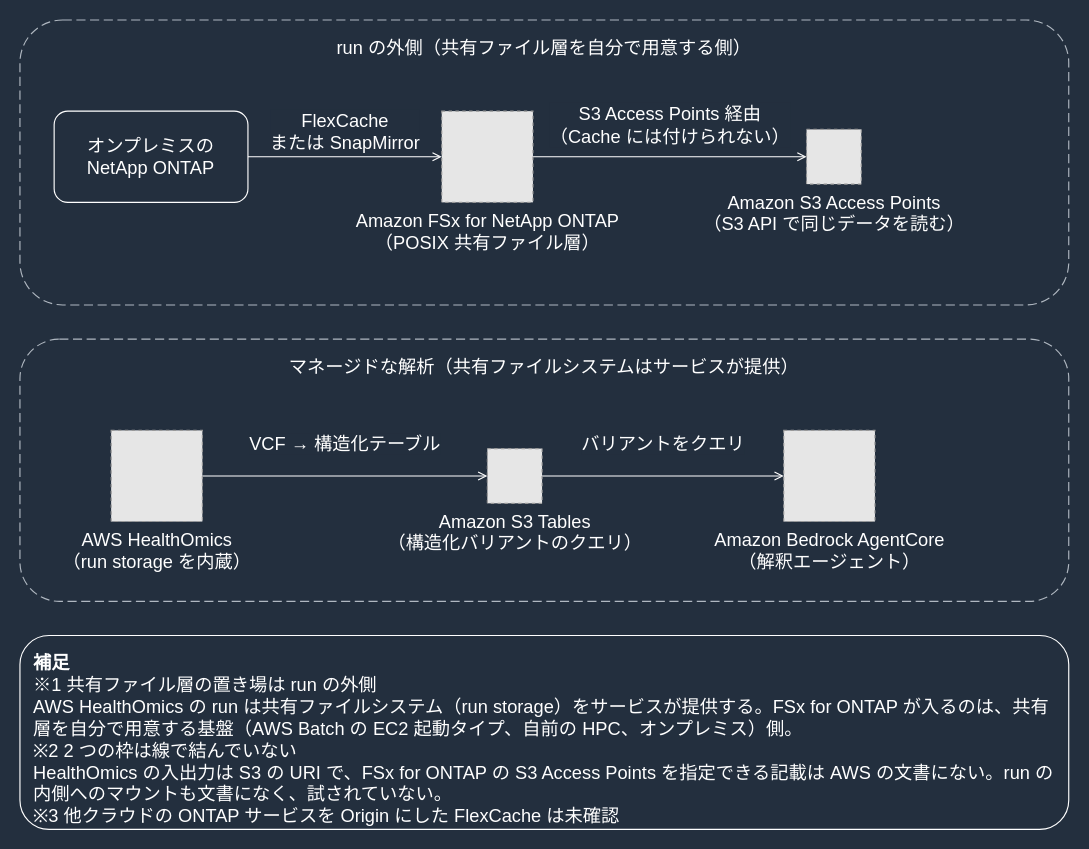
This is docs/_assets/diagrams/genomics-hpc-data-layers-dark.drawio from Yoshiki0705/FSx-for-ONTAP-Adoption-Playbook, a draw.io file, before an edit. Source tidied: cells renumbered, new cells numbered last; positions are measured from the earlier drawing's top-left corner, leaving out a move shared by most shapes. Both pictures are drawn from the tidied source at 114%, with x=0, y=0 at pixel (19, 19). Pictures stored in the file or linked from it are replaced by grey dashed boxes.
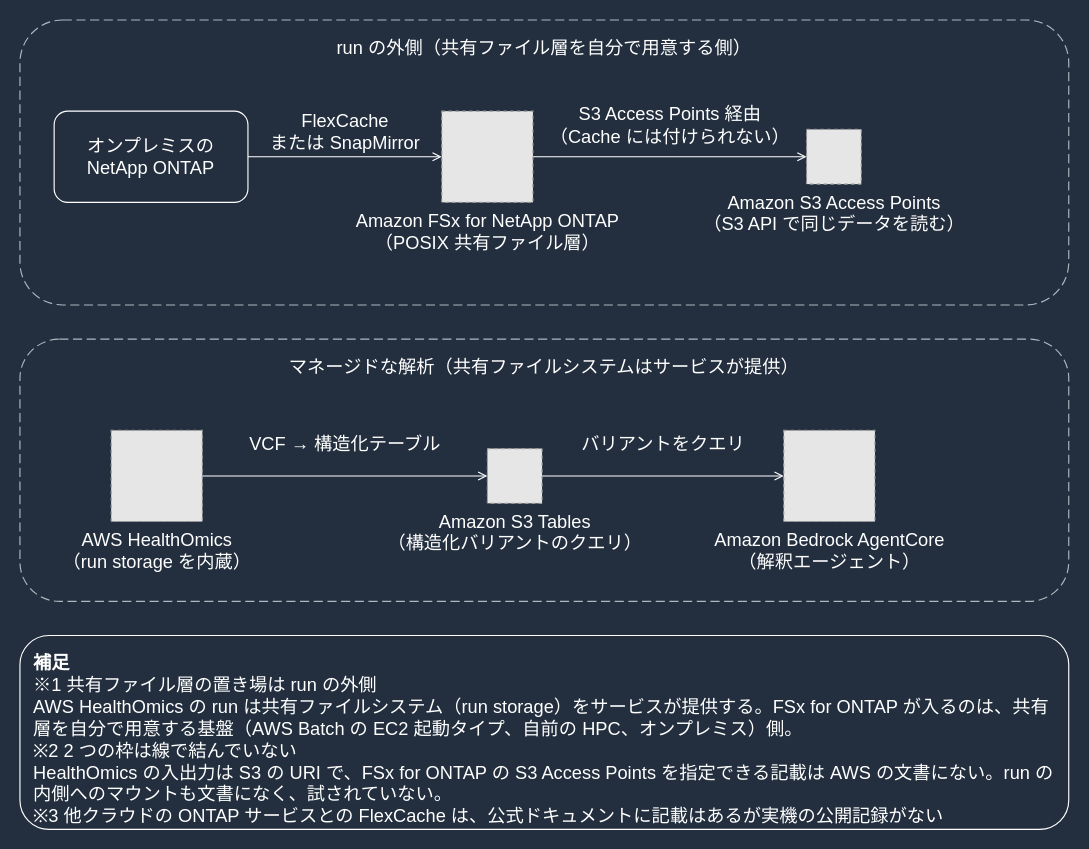
Above is the later version.

Change to the diagram source:
```diff
@@
 <mxGraphModel background="#232F3E">
   <root>
     <mxCell id="0" />
     <mxCell id="1" parent="0" />
     <mxCell id="2" value="FlexCache&lt;br&gt;または SnapMirror" style="edgeStyle=orthogonalEdgeStyle;rounded=0;html=1;endArrow=open;endFill=0;strokeColor=#FFFFFF;strokeWidth=1;fontSize=16;fontColor=#FFFFFF;labelBackgroundColor=#232F3E;exitX=1.0;exitY=0.5;exitDx=0;exitDy=0;entryX=0.0;entryY=0.5;entryDx=0;entryDy=0;" parent="1" edge="1" source="8" target="10">
       <mxGeometry relative="1" as="geometry">
         <mxPoint y="-22" as="offset" />
       </mxGeometry>
     </mxCell>
     <mxCell id="3" value="S3 Access Points 経由&lt;br&gt;（Cache には付けられない）" style="edgeStyle=orthogonalEdgeStyle;rounded=0;html=1;endArrow=open;endFill=0;strokeColor=#FFFFFF;strokeWidth=1;fontSize=16;fontColor=#FFFFFF;labelBackgroundColor=#232F3E;exitX=1.0;exitY=0.5;exitDx=0;exitDy=0;entryX=0.0;entryY=0.5;entryDx=0;entryDy=0;" parent="1" edge="1" source="10" target="11">
       <mxGeometry relative="1" as="geometry">
         <mxPoint y="-28" as="offset" />
       </mxGeometry>
     </mxCell>
     <mxCell id="4" value="VCF → 構造化テーブル" style="edgeStyle=orthogonalEdgeStyle;rounded=0;html=1;endArrow=open;endFill=0;strokeColor=#FFFFFF;strokeWidth=1;fontSize=16;fontColor=#FFFFFF;labelBackgroundColor=#232F3E;exitX=1.0;exitY=0.5;exitDx=0;exitDy=0;entryX=0.0;entryY=0.5;entryDx=0;entryDy=0;" parent="1" edge="1" source="12" target="13">
       <mxGeometry relative="1" as="geometry">
         <mxPoint y="-28" as="offset" />
       </mxGeometry>
     </mxCell>
     <mxCell id="5" value="バリアントをクエリ" style="edgeStyle=orthogonalEdgeStyle;rounded=0;html=1;endArrow=open;endFill=0;strokeColor=#FFFFFF;strokeWidth=1;fontSize=16;fontColor=#FFFFFF;labelBackgroundColor=#232F3E;exitX=1.0;exitY=0.5;exitDx=0;exitDy=0;entryX=0.0;entryY=0.5;entryDx=0;entryDy=0;" parent="1" edge="1" source="13" target="14">
       <mxGeometry relative="1" as="geometry">
         <mxPoint y="-28" as="offset" />
       </mxGeometry>
     </mxCell>
     <mxCell id="6" value="run の外側（共有ファイル層を自分で用意する側）" style="rounded=1;whiteSpace=wrap;html=1;dashed=1;dashPattern=8 4;strokeColor=#B0B8C1;fillColor=none;fontColor=#FFFFFF;fontSize=16;verticalAlign=top;align=center;spacingTop=8;" parent="1" vertex="1">
       <mxGeometry width="920" height="250" as="geometry" />
     </mxCell>
     <mxCell id="7" value="マネージドな解析（共有ファイルシステムはサービスが提供）" style="rounded=1;whiteSpace=wrap;html=1;dashed=1;dashPattern=8 4;strokeColor=#B0B8C1;fillColor=none;fontColor=#FFFFFF;fontSize=16;verticalAlign=top;align=center;spacingTop=8;" parent="1" vertex="1">
       <mxGeometry y="280" width="920" height="230" as="geometry" />
     </mxCell>
     <mxCell id="8" value="オンプレミスの&lt;br&gt;NetApp ONTAP" style="rounded=1;whiteSpace=wrap;html=1;strokeColor=#FFFFFF;fillColor=none;fontColor=#FFFFFF;fontSize=16;verticalAlign=middle;align=center;" parent="1" vertex="1">
       <mxGeometry x="30" y="80" width="170" height="80" as="geometry" />
     </mxCell>
-    <mxCell id="9" value="&lt;b&gt;補足&lt;/b&gt;&lt;br&gt;※1 共有ファイル層の置き場は run の外側&lt;br&gt;AWS HealthOmics の run は共有ファイルシステム（run storage）をサービスが提供する。FSx for ONTAP が入るのは、共有層を自分で用意する基盤（AWS Batch の EC2 起動タイプ、自前の HPC、オンプレミス）側。&lt;br&gt;※2 2 つの枠は線で結んでいない&lt;br&gt;HealthOmics の入出力は S3 の URI で、FSx for ONTAP の S3 Access Points を指定できる記載は AWS の文書にない。run の内側へのマウントも文書になく、試されていない。&lt;br&gt;※3 他クラウドの ONTAP サービスを Origin にした FlexCache は未確認" style="rounded=1;whiteSpace=wrap;html=1;strokeColor=#FFFFFF;fillColor=none;fontColor=#FFFFFF;fontSize=16;verticalAlign=top;align=left;spacingLeft=10;spacingRight=10;spacingTop=8;" parent="1" vertex="1">
+    <mxCell id="9" value="&lt;b&gt;補足&lt;/b&gt;&lt;br&gt;※1 共有ファイル層の置き場は run の外側&lt;br&gt;AWS HealthOmics の run は共有ファイルシステム（run storage）をサービスが提供する。FSx for ONTAP が入るのは、共有層を自分で用意する基盤（AWS Batch の EC2 起動タイプ、自前の HPC、オンプレミス）側。&lt;br&gt;※2 2 つの枠は線で結んでいない&lt;br&gt;HealthOmics の入出力は S3 の URI で、FSx for ONTAP の S3 Access Points を指定できる記載は AWS の文書にない。run の内側へのマウントも文書になく、試されていない。&lt;br&gt;※3 他クラウドの ONTAP サービスとの FlexCache は、公式ドキュメントに記載はあるが実機の公開記録がない" style="rounded=1;whiteSpace=wrap;html=1;strokeColor=#FFFFFF;fillColor=none;fontColor=#FFFFFF;fontSize=16;verticalAlign=top;align=left;spacingLeft=10;spacingRight=10;spacingTop=8;" parent="1" vertex="1">
       <mxGeometry y="540" width="920" height="170" as="geometry" />
     </mxCell>
     <mxCell id="10" value="Amazon FSx for NetApp ONTAP&lt;br&gt;（POSIX 共有ファイル層）" style="fillColor=#E6E6E6;strokeColor=#999999;dashed=1;html=1;verticalLabelPosition=bottom;verticalAlign=top;labelPosition=center;align=center;fontSize=16;fontColor=#FFFFFF;" parent="1" vertex="1">
       <mxGeometry x="370" y="80" width="80" height="80" as="geometry" />
     </mxCell>
     <mxCell id="11" value="Amazon S3 Access Points&lt;br&gt;（S3 API で同じデータを読む）" style="fillColor=#E6E6E6;strokeColor=#999999;dashed=1;html=1;verticalLabelPosition=bottom;verticalAlign=top;labelPosition=center;align=center;fontSize=16;fontColor=#FFFFFF;" parent="1" vertex="1">
       <mxGeometry x="690" y="96" width="48" height="48" as="geometry" />
     </mxCell>
     <mxCell id="12" value="AWS HealthOmics&lt;br&gt;（run storage を内蔵）" style="fillColor=#E6E6E6;strokeColor=#999999;dashed=1;html=1;verticalLabelPosition=bottom;verticalAlign=top;labelPosition=center;align=center;fontSize=16;fontColor=#FFFFFF;" parent="1" vertex="1">
       <mxGeometry x="80" y="360" width="80" height="80" as="geometry" />
     </mxCell>
     <mxCell id="13" value="Amazon S3 Tables&lt;br&gt;（構造化バリアントのクエリ）" style="fillColor=#E6E6E6;strokeColor=#999999;dashed=1;html=1;verticalLabelPosition=bottom;verticalAlign=top;labelPosition=center;align=center;fontSize=16;fontColor=#FFFFFF;" parent="1" vertex="1">
       <mxGeometry x="410" y="376" width="48" height="48" as="geometry" />
     </mxCell>
     <mxCell id="14" value="Amazon Bedrock AgentCore&lt;br&gt;（解釈エージェント）" style="fillColor=#E6E6E6;strokeColor=#999999;dashed=1;html=1;verticalLabelPosition=bottom;verticalAlign=top;labelPosition=center;align=center;fontSize=16;fontColor=#FFFFFF;" parent="1" vertex="1">
       <mxGeometry x="670" y="360" width="80" height="80" as="geometry" />
     </mxCell>
   </root>
 </mxGraphModel>
```
